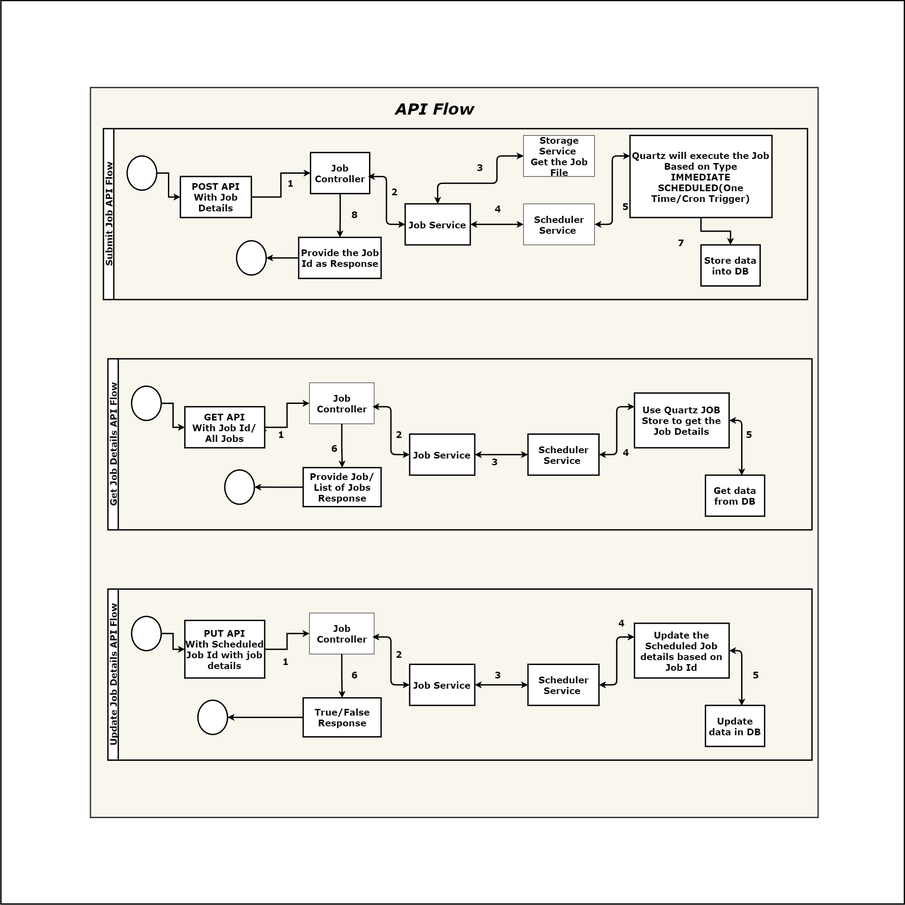
The draw.io diagram src/main/resources/doc/JMSAPIFlow.png in CaseStudy-JM/jm-serivce-quartz, before a commit. Source tidied: cells renumbered, new cells last; positions are measured from the earlier drawing's top-left corner, leaving out a move shared by most shapes.
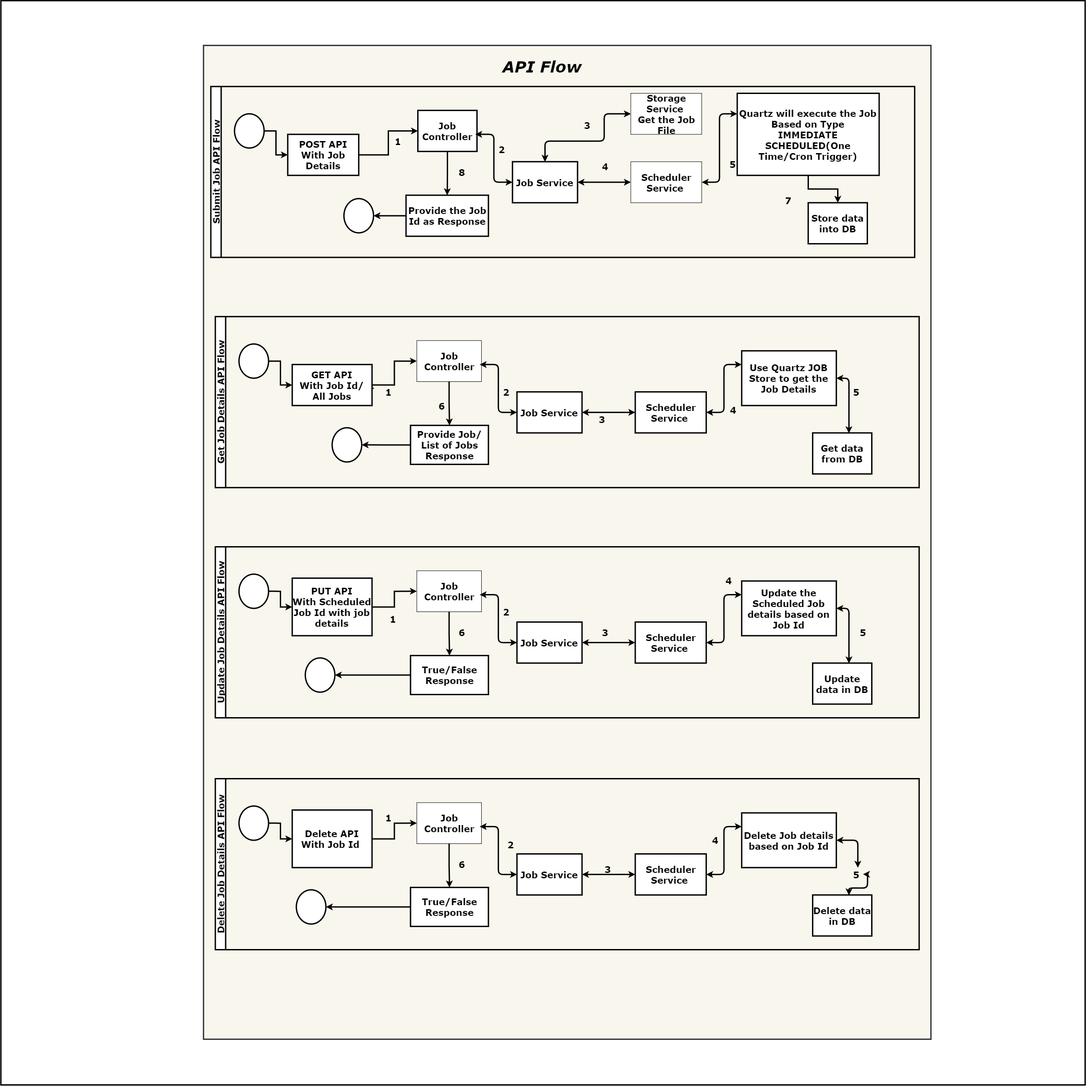
Above is the later version.

Commit message:
Updated API flow

Change to the diagram source:
```diff
@@ -3,10 +3,10 @@
     <mxCell id="0" style="html=1;" />
     <mxCell id="1" style="html=1;" parent="0" />
     <mxCell id="2" style="whiteSpace=wrap;html=1;strokeColor=#000000;strokeWidth=3;fontFamily=Verdana;fontSize=15;align=left;" parent="1" vertex="1">
-      <mxGeometry y="-0.4" width="2017.7" height="2017.7" as="geometry" />
+      <mxGeometry x="-240" y="94" width="2422.1" height="2422.1" as="geometry" />
     </mxCell>
     <mxCell id="3" style="rounded=0;whiteSpace=wrap;html=1;strokeColor=#36393d;strokeWidth=3;fontFamily=Verdana;fontSize=15;align=center;fillColor=#f9f7ed;" parent="1" vertex="1">
-      <mxGeometry x="200" y="194" width="1625" height="1630" as="geometry" />
+      <mxGeometry x="212.6" y="194" width="1625" height="2220" as="geometry" />
     </mxCell>
     <mxCell id="4" value="Submit Job API Flow" style="swimlane;html=1;horizontal=0;swimlaneLine=1;strokeColor=#000000;strokeWidth=3;fontFamily=Verdana;fontSize=20;align=center;fontStyle=1;" parent="1" vertex="1">
       <mxGeometry x="229.1" y="285.7" width="1572.2" height="381.9" as="geometry" />
@@ -264,5 +264,82 @@
     <mxCell id="81" value="1" style="text;html=1;align=center;verticalAlign=middle;fontSize=20;fontFamily=Verdana;strokeWidth=3;fontStyle=1;" parent="1" vertex="1">
       <mxGeometry x="620" y="1460" width="30" height="30" as="geometry" />
     </mxCell>
+    <mxCell id="82" value="Delete Job Details API Flow" style="swimlane;html=1;horizontal=0;swimlaneLine=1;strokeColor=#000000;strokeWidth=3;fontFamily=Verdana;fontSize=20;align=center;fontStyle=1;" parent="1" vertex="1">
+      <mxGeometry x="239.1" y="1832" width="1572.2" height="381.9" as="geometry" />
+    </mxCell>
+    <mxCell id="83" style="edgeStyle=orthogonalEdgeStyle;rounded=0;jettySize=auto;html=1;entryX=0;entryY=0.5;entryDx=0;entryDy=0;fontFamily=Verdana;fontSize=20;strokeWidth=3;fontStyle=1;" parent="82" edge="1" source="84" target="85">
+      <mxGeometry relative="1" as="geometry" />
+    </mxCell>
+    <mxCell id="84" value="Delete API&lt;br style=&quot;font-size: 20px&quot;&gt;With Job Id&amp;nbsp;" style="whiteSpace=wrap;html=1;fontFamily=Verdana;fontSize=20;strokeWidth=3;fontStyle=1;" parent="82" vertex="1">
+      <mxGeometry x="171.8" y="70" width="178.2" height="128.6" as="geometry" />
+    </mxCell>
+    <mxCell id="85" value="Job Controller" style="whiteSpace=wrap;html=1;fontFamily=Verdana;fontSize=20;fontStyle=1;" parent="82" vertex="1">
+      <mxGeometry x="450" y="53.5" width="144.5" height="91.7" as="geometry" />
+    </mxCell>
+    <mxCell id="86" value="Job Service" style="whiteSpace=wrap;html=1;fontFamily=Verdana;fontSize=20;strokeWidth=3;fontStyle=1;" parent="82" vertex="1">
+      <mxGeometry x="673.8" y="168.1" width="145.3" height="91.7" as="geometry" />
+    </mxCell>
+    <mxCell id="87" value="Scheduler Service&amp;nbsp;" style="whiteSpace=wrap;html=1;fontFamily=Verdana;fontSize=20;strokeWidth=3;fontStyle=1;" parent="82" vertex="1">
+      <mxGeometry x="938" y="168.1" width="158.5" height="91.7" as="geometry" />
+    </mxCell>
+    <mxCell id="88" value="Delete Job details based on Job Id" style="whiteSpace=wrap;html=1;fontFamily=Verdana;fontSize=20;strokeWidth=3;fontStyle=1;" parent="82" vertex="1">
+      <mxGeometry x="1175.8" y="76.4" width="211.4" height="122.2" as="geometry" />
+    </mxCell>
+    <mxCell id="89" value="Delete data in DB" style="whiteSpace=wrap;html=1;fontFamily=Verdana;fontSize=20;strokeWidth=3;fontStyle=1;" parent="82" vertex="1">
+      <mxGeometry x="1334.3" y="259.7" width="132.1" height="91.7" as="geometry" />
+    </mxCell>
+    <mxCell id="90" style="shape=mxgraph.bpmn.shape;html=1;verticalLabelPosition=bottom;labelBackgroundColor=#ffffff;verticalAlign=top;align=center;perimeter=ellipsePerimeter;outlineConnect=0;outline=standard;symbol=general;strokeColor=#000000;strokeWidth=3;fontFamily=Verdana;fontSize=20;fontStyle=1;" parent="82" vertex="1">
+      <mxGeometry x="52.8" y="61.1" width="66.1" height="76.4" as="geometry" />
+    </mxCell>
+    <mxCell id="91" style="edgeStyle=orthogonalEdgeStyle;rounded=0;jettySize=auto;html=1;exitX=1;exitY=0.5;exitDx=0;exitDy=0;fontFamily=Verdana;fontSize=20;strokeWidth=3;fontStyle=1;" parent="82" edge="1" source="90" target="84">
+      <mxGeometry relative="1" as="geometry" />
+    </mxCell>
+    <mxCell id="92" style="endArrow=classic;startArrow=classic;html=1;fontFamily=Verdana;fontSize=20;entryX=0;entryY=0.5;entryDx=0;entryDy=0;exitX=1;exitY=0.5;exitDx=0;exitDy=0;strokeWidth=3;fontStyle=1;" parent="82" edge="1" source="86" target="87">
+      <mxGeometry relative="1" as="geometry" />
+    </mxCell>
+    <mxCell id="93" style="endArrow=classic;startArrow=classic;html=1;fontFamily=Verdana;fontSize=20;edgeStyle=orthogonalEdgeStyle;exitX=1;exitY=0.5;exitDx=0;exitDy=0;entryX=0;entryY=0.25;entryDx=0;entryDy=0;strokeWidth=3;fontStyle=1;" parent="82" edge="1" source="87" target="88">
+      <mxGeometry relative="1" as="geometry" />
+    </mxCell>
+    <mxCell id="94" style="endArrow=classic;startArrow=classic;html=1;fontFamily=Verdana;fontSize=20;edgeStyle=orthogonalEdgeStyle;exitX=1;exitY=0.5;exitDx=0;exitDy=0;entryX=0;entryY=0.5;entryDx=0;entryDy=0;strokeWidth=3;fontStyle=1;" parent="82" edge="1" target="86">
+      <mxGeometry relative="1" as="geometry">
+        <mxPoint x="590.5" y="106.9" as="sourcePoint" />
+      </mxGeometry>
+    </mxCell>
+    <mxCell id="95" value="True/False Response" style="whiteSpace=wrap;html=1;fontFamily=Verdana;fontSize=20;strokeWidth=3;fontStyle=1;" parent="82" vertex="1">
+      <mxGeometry x="436" y="242.9" width="174" height="87.1" as="geometry" />
+    </mxCell>
+    <mxCell id="96" style="edgeStyle=orthogonalEdgeStyle;rounded=0;jettySize=auto;html=1;fontFamily=Verdana;fontSize=20;entryX=0.5;entryY=0;entryDx=0;entryDy=0;strokeWidth=3;fontStyle=1;" parent="82" edge="1" source="85" target="95">
+      <mxGeometry relative="1" as="geometry" />
+    </mxCell>
+    <mxCell id="97" style="endArrow=classic;startArrow=classic;html=1;fontFamily=Verdana;fontSize=20;edgeStyle=orthogonalEdgeStyle;exitX=1;exitY=0.5;exitDx=0;exitDy=0;entryX=0.613;entryY=0.007;entryDx=0;entryDy=0;entryPerimeter=0;strokeWidth=3;fontStyle=1;" parent="82" edge="1" source="98" target="89">
+      <mxGeometry relative="1" as="geometry" />
+    </mxCell>
+    <mxCell id="98" value="5" style="text;html=1;align=center;verticalAlign=middle;points=[];fontSize=20;fontFamily=Verdana;strokeWidth=3;fontStyle=1;" parent="82" vertex="1">
+      <mxGeometry x="1416.8" y="198.6" width="30" height="30" as="geometry" />
+    </mxCell>
+    <mxCell id="99" style="endArrow=classic;startArrow=classic;html=1;fontFamily=Verdana;fontSize=20;edgeStyle=orthogonalEdgeStyle;exitX=1;exitY=0.5;exitDx=0;exitDy=0;entryX=0.613;entryY=0.007;entryDx=0;entryDy=0;entryPerimeter=0;strokeWidth=3;fontStyle=1;" parent="82" edge="1" source="88" target="98">
+      <mxGeometry relative="1" as="geometry" />
+    </mxCell>
+    <mxCell id="100" style="shape=mxgraph.bpmn.shape;html=1;verticalLabelPosition=bottom;labelBackgroundColor=#ffffff;verticalAlign=top;align=center;perimeter=ellipsePerimeter;outlineConnect=0;outline=standard;symbol=general;strokeColor=#000000;strokeWidth=3;fontFamily=Verdana;fontSize=20;fontStyle=1;" parent="1" vertex="1">
+      <mxGeometry x="420" y="2080.3" width="66.1" height="76.4" as="geometry" />
+    </mxCell>
+    <mxCell id="101" style="edgeStyle=orthogonalEdgeStyle;rounded=0;jettySize=auto;html=1;entryX=1;entryY=0.5;entryDx=0;entryDy=0;fontFamily=Verdana;fontSize=20;strokeWidth=3;fontStyle=1;" parent="1" edge="1" source="95" target="100">
+      <mxGeometry x="90" y="-2010" as="geometry" />
+    </mxCell>
+    <mxCell id="102" value="2" style="text;html=1;align=center;verticalAlign=middle;fontSize=20;fontFamily=Verdana;strokeWidth=3;fontStyle=1;" parent="1" vertex="1">
+      <mxGeometry x="883.2" y="1964" width="30" height="30" as="geometry" />
+    </mxCell>
+    <mxCell id="103" value="3" style="text;html=1;align=center;verticalAlign=middle;fontSize=20;fontFamily=Verdana;strokeWidth=3;fontStyle=1;" parent="1" vertex="1">
+      <mxGeometry x="1100" y="2018.7" width="30" height="30" as="geometry" />
+    </mxCell>
+    <mxCell id="104" value="4" style="text;html=1;align=center;verticalAlign=middle;fontSize=20;fontFamily=Verdana;strokeWidth=3;fontStyle=1;" parent="1" vertex="1">
+      <mxGeometry x="1340" y="1954" width="30" height="30" as="geometry" />
+    </mxCell>
+    <mxCell id="105" value="6" style="text;html=1;align=center;verticalAlign=middle;fontSize=20;fontFamily=Verdana;strokeWidth=3;fontStyle=1;" parent="1" vertex="1">
+      <mxGeometry x="774.3" y="2008" width="30" height="30" as="geometry" />
+    </mxCell>
+    <mxCell id="106" value="1" style="text;html=1;align=center;verticalAlign=middle;fontSize=20;fontFamily=Verdana;strokeWidth=3;fontStyle=1;" parent="1" vertex="1">
+      <mxGeometry x="610" y="1904" width="30" height="30" as="geometry" />
+    </mxCell>
   </root>
 </mxGraphModel>
```
